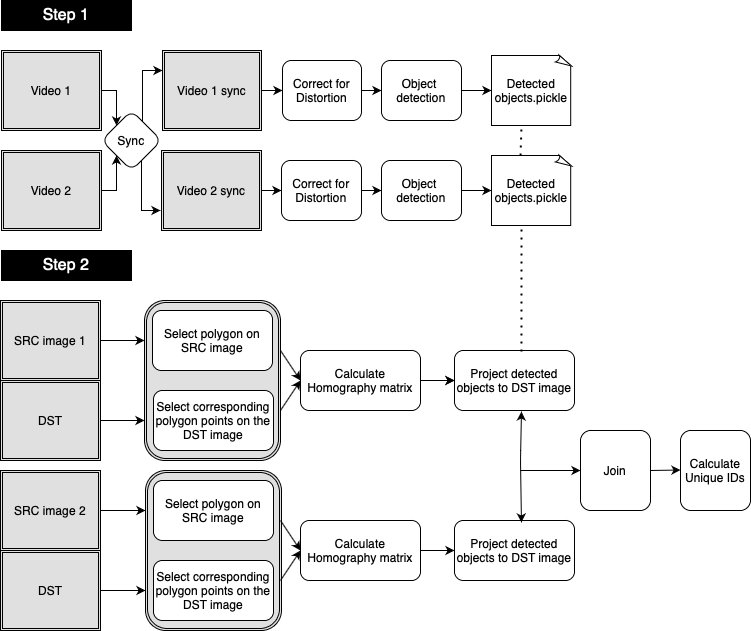
This is report/img/data_flow.png from edibegovic/cyclist-behaviourCPH-2021, a draw.io export, as it was before one commit. Source tidied: cells renumbered, new cells last; positions are measured from the earlier drawing's top-left corner, leaving out a move shared by most shapes.
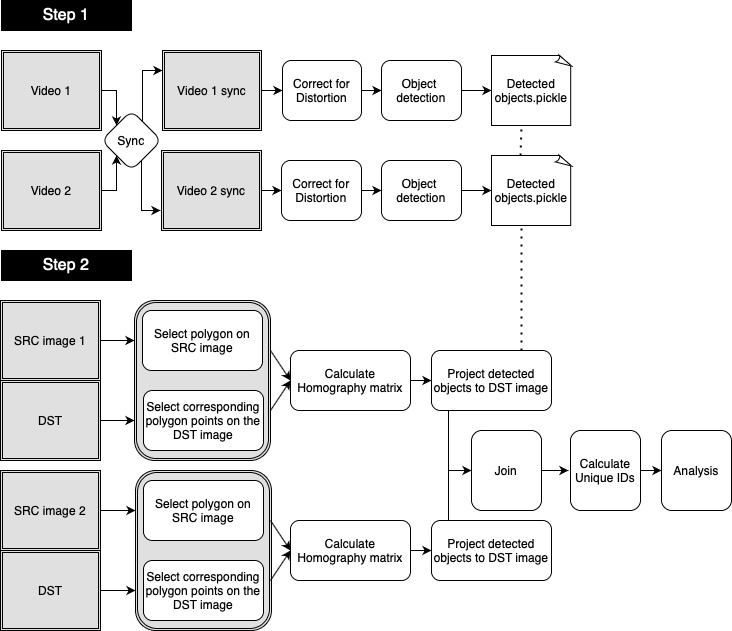
After the change.

Commit message:
Auto stash before merge of "main" and "origin/main"

Change to the diagram source:
```diff
@@ -3,66 +3,64 @@
     <mxCell id="0" />
     <mxCell id="1" parent="0" />
     <mxCell id="2" style="shape=ext;double=1;rounded=1;whiteSpace=wrap;html=1;fontColor=#E0E0E0;fillColor=#E0E0E0;" parent="1" vertex="1">
-      <mxGeometry x="145" y="470" width="136" height="160" as="geometry" />
+      <mxGeometry x="135" y="470" width="136" height="160" as="geometry" />
     </mxCell>
     <mxCell id="3" style="shape=ext;double=1;rounded=1;whiteSpace=wrap;html=1;fontColor=#E0E0E0;fillColor=#E0E0E0;" parent="1" vertex="1">
-      <mxGeometry x="144" y="300" width="136" height="160" as="geometry" />
+      <mxGeometry x="134" y="300" width="136" height="160" as="geometry" />
     </mxCell>
     <mxCell id="4" value="Select polygon on SRC image" style="rounded=1;whiteSpace=wrap;html=1;" parent="1" vertex="1">
-      <mxGeometry x="152" y="310" width="120" height="60" as="geometry" />
+      <mxGeometry x="142" y="310" width="120" height="60" as="geometry" />
     </mxCell>
     <mxCell id="5" value="Select corresponding polygon points on the DST image" style="rounded=1;whiteSpace=wrap;html=1;align=center;" parent="1" vertex="1">
-      <mxGeometry x="153" y="390" width="120" height="60" as="geometry" />
+      <mxGeometry x="143" y="390" width="120" height="60" as="geometry" />
     </mxCell>
-    <mxCell id="6" style="edgeStyle=orthogonalEdgeStyle;rounded=0;jettySize=auto;html=1;" parent="1" edge="1" source="7" target="8">
-      <mxGeometry relative="1" as="geometry" />
-    </mxCell>
     <mxCell id="7" value="Calculate Homography matrix" style="rounded=1;whiteSpace=wrap;html=1;" parent="1" vertex="1">
-      <mxGeometry x="300" y="350" width="120" height="60" as="geometry" />
+      <mxGeometry x="290" y="350" width="120" height="60" as="geometry" />
     </mxCell>
     <mxCell id="8" value="Project detected objects&amp;nbsp;to DST image" style="rounded=1;whiteSpace=wrap;html=1;" parent="1" vertex="1">
-      <mxGeometry x="454" y="350" width="120" height="60" as="geometry" />
+      <mxGeometry x="431" y="350" width="120" height="60" as="geometry" />
     </mxCell>
     <mxCell id="9" style="endArrow=classic;html=1;entryX=0;entryY=0.5;entryDx=0;entryDy=0;" parent="1" edge="1" target="7">
       <mxGeometry relative="1" as="geometry">
-        <mxPoint x="280" y="350" as="sourcePoint" />
+        <mxPoint x="270" y="350" as="sourcePoint" />
       </mxGeometry>
     </mxCell>
     <mxCell id="10" style="endArrow=classic;html=1;entryX=0;entryY=0.5;entryDx=0;entryDy=0;" parent="1" edge="1" target="7">
       <mxGeometry relative="1" as="geometry">
-        <mxPoint x="280" y="410" as="sourcePoint" />
+        <mxPoint x="270" y="410" as="sourcePoint" />
       </mxGeometry>
     </mxCell>
-    <mxCell id="11" style="endArrow=classic;html=1;entryX=0;entryY=0.5;entryDx=0;entryDy=0;" parent="1" edge="1" target="8">
+    <mxCell id="11" style="endArrow=classic;html=1;" parent="1" edge="1">
       <mxGeometry relative="1" as="geometry">
-        <mxPoint x="420" y="380" as="sourcePoint" />
+        <mxPoint x="410" y="380" as="sourcePoint" />
+        <mxPoint x="431" y="380" as="targetPoint" />
       </mxGeometry>
     </mxCell>
     <mxCell id="12" value="Select polygon on SRC image" style="rounded=1;whiteSpace=wrap;html=1;align=center;" parent="1" vertex="1">
-      <mxGeometry x="153" y="480" width="120" height="60" as="geometry" />
+      <mxGeometry x="143" y="480" width="120" height="60" as="geometry" />
     </mxCell>
     <mxCell id="13" value="Select corresponding polygon points on the DST image" style="rounded=1;whiteSpace=wrap;html=1;" parent="1" vertex="1">
-      <mxGeometry x="153" y="560" width="120" height="60" as="geometry" />
+      <mxGeometry x="143" y="560" width="120" height="60" as="geometry" />
     </mxCell>
     <mxCell id="14" value="Calculate Homography matrix" style="rounded=1;whiteSpace=wrap;html=1;" parent="1" vertex="1">
-      <mxGeometry x="300" y="520" width="120" height="60" as="geometry" />
+      <mxGeometry x="290" y="520" width="120" height="60" as="geometry" />
     </mxCell>
     <mxCell id="15" value="Project detected objects&amp;nbsp;to DST image" style="rounded=1;whiteSpace=wrap;html=1;" parent="1" vertex="1">
-      <mxGeometry x="454" y="520" width="120" height="60" as="geometry" />
+      <mxGeometry x="431" y="520" width="120" height="60" as="geometry" />
     </mxCell>
     <mxCell id="16" style="endArrow=classic;html=1;entryX=0;entryY=0.5;entryDx=0;entryDy=0;" parent="1" edge="1" target="14">
       <mxGeometry relative="1" as="geometry">
-        <mxPoint x="280" y="520" as="sourcePoint" />
+        <mxPoint x="270" y="520" as="sourcePoint" />
       </mxGeometry>
     </mxCell>
     <mxCell id="17" style="endArrow=classic;html=1;entryX=0;entryY=0.5;entryDx=0;entryDy=0;" parent="1" edge="1" target="14">
       <mxGeometry relative="1" as="geometry">
-        <mxPoint x="280" y="580" as="sourcePoint" />
+        <mxPoint x="270" y="580" as="sourcePoint" />
       </mxGeometry>
     </mxCell>
     <mxCell id="18" style="endArrow=classic;html=1;entryX=0;entryY=0.5;entryDx=0;entryDy=0;" parent="1" edge="1" target="15">
       <mxGeometry relative="1" as="geometry">
-        <mxPoint x="420" y="550" as="sourcePoint" />
+        <mxPoint x="410" y="550" as="sourcePoint" />
       </mxGeometry>
     </mxCell>
     <mxCell id="19" style="edgeStyle=orthogonalEdgeStyle;rounded=0;jettySize=auto;html=1;exitX=1;exitY=0.5;exitDx=0;exitDy=0;entryX=0;entryY=0.5;entryDx=0;entryDy=0;" parent="1" edge="1" source="20" target="34">
@@ -71,18 +69,17 @@
     <mxCell id="20" value="&lt;span style=&quot;color: rgb(0 , 0 , 0)&quot;&gt;Video 1 sync&lt;/span&gt;" style="shape=ext;double=1;rounded=0;whiteSpace=wrap;html=1;fontColor=#E0E0E0;fillColor=#E0E0E0;" parent="1" vertex="1">
       <mxGeometry x="162" y="50" width="99" height="80" as="geometry" />
     </mxCell>
+    <mxCell id="57" style="edgeStyle=orthogonalEdgeStyle;rounded=0;jettySize=auto;html=1;fontColor=#FFFFFF;" parent="1" edge="1" source="21">
+      <mxGeometry relative="1" as="geometry">
+        <mxPoint x="568" y="470" as="targetPoint" />
+      </mxGeometry>
+    </mxCell>
     <mxCell id="21" value="&lt;font color=&quot;#000000&quot;&gt;&lt;span&gt;Join&lt;/span&gt;&lt;/font&gt;" style="shape=ext;double=0;rounded=1;whiteSpace=wrap;html=1;fontColor=#E0E0E0;fillColor=#FFFFFF;" parent="1" vertex="1">
-      <mxGeometry x="580" y="430" width="70" height="80" as="geometry" />
+      <mxGeometry x="471" y="430" width="70" height="80" as="geometry" />
     </mxCell>
     <mxCell id="22" value="&lt;font color=&quot;#000000&quot;&gt;Calculate Unique IDs&lt;/font&gt;" style="shape=ext;double=0;rounded=1;whiteSpace=wrap;html=1;fontColor=#E0E0E0;fillColor=#FFFFFF;" parent="1" vertex="1">
-      <mxGeometry x="680" y="430" width="70" height="80" as="geometry" />
+      <mxGeometry x="570" y="430" width="70" height="80" as="geometry" />
     </mxCell>
-    <mxCell id="23" style="endArrow=classic;html=1;entryX=0;entryY=0.5;entryDx=0;entryDy=0;" parent="1" edge="1">
-      <mxGeometry relative="1" as="geometry">
-        <mxPoint x="650" y="470" as="sourcePoint" />
-        <mxPoint x="680" y="469.5" as="targetPoint" />
-      </mxGeometry>
-    </mxCell>
     <mxCell id="24" style="edgeStyle=orthogonalEdgeStyle;rounded=0;jettySize=auto;html=1;exitX=1;exitY=0.5;exitDx=0;exitDy=0;entryX=0;entryY=1;entryDx=0;entryDy=0;" parent="1" edge="1" source="25" target="32">
       <mxGeometry relative="1" as="geometry" />
     </mxCell>
@@ -178,22 +175,16 @@
     <mxCell id="51" value="&lt;font color=&quot;#000000&quot;&gt;SRC image 2&lt;/font&gt;" style="shape=ext;double=1;rounded=0;whiteSpace=wrap;html=1;fontColor=#E0E0E0;fillColor=#E0E0E0;" parent="1" vertex="1">
       <mxGeometry y="470" width="100" height="80" as="geometry" />
     </mxCell>
-    <mxCell id="52" style="endArrow=classic;startArrow=classic;html=1;fontColor=#FFFFFF;exitX=0.558;exitY=0.033;exitDx=0;exitDy=0;exitPerimeter=0;entryX=0.558;entryY=1.017;entryDx=0;entryDy=0;entryPerimeter=0;" parent="1" edge="1" source="15" target="8">
-      <mxGeometry relative="1" as="geometry">
-        <Array as="points">
-          <mxPoint x="520" y="460" />
-        </Array>
-      </mxGeometry>
-    </mxCell>
-    <mxCell id="53" style="endArrow=classic;html=1;fontColor=#FFFFFF;entryX=0;entryY=0.5;entryDx=0;entryDy=0;" parent="1" edge="1" target="21">
+    <mxCell id="53" style="endArrow=classic;html=1;fontColor=#FFFFFF;" parent="1" edge="1">
       <mxGeometry relative="1" as="geometry">
-        <mxPoint x="520" y="470" as="sourcePoint" />
+        <mxPoint x="448" y="470" as="sourcePoint" />
+        <mxPoint x="471" y="470" as="targetPoint" />
       </mxGeometry>
     </mxCell>
     <mxCell id="54" value="&lt;font style=&quot;font-size: 16px&quot;&gt;Step 2&lt;/font&gt;" style="rounded=0;whiteSpace=wrap;html=1;shadow=0;gradientColor=none;fillColor=#000000;fontColor=#FFFFFF;" parent="1" vertex="1">
       <mxGeometry x="1" y="250" width="130" height="30" as="geometry" />
     </mxCell>
-    <mxCell id="55" style="endArrow=none;dashed=1;html=1;dashPattern=1 3;strokeWidth=2;fontColor=#FFFFFF;exitX=0.558;exitY=0.017;exitDx=0;exitDy=0;exitPerimeter=0;" parent="1" edge="1" source="8">
+    <mxCell id="55" style="endArrow=none;dashed=1;html=1;dashPattern=1 3;strokeWidth=2;fontColor=#FFFFFF;exitX=0.75;exitY=0;exitDx=0;exitDy=0;" parent="1" edge="1" source="8">
       <mxGeometry relative="1" as="geometry">
         <mxPoint x="521" y="225" as="targetPoint" />
       </mxGeometry>
@@ -201,5 +192,20 @@
     <mxCell id="56" style="endArrow=none;dashed=1;html=1;dashPattern=1 3;strokeWidth=2;fontColor=#FFFFFF;entryX=0.375;entryY=1;entryDx=0;entryDy=0;entryPerimeter=0;exitX=0.363;exitY=0;exitDx=0;exitDy=0;exitPerimeter=0;" parent="1" edge="1" source="43" target="42">
       <mxGeometry relative="1" as="geometry" />
     </mxCell>
+    <mxCell id="58" style="endArrow=none;html=1;fontColor=#FFFFFF;" parent="1" edge="1">
+      <mxGeometry relative="1" as="geometry">
+        <mxPoint x="448" y="520" as="sourcePoint" />
+        <mxPoint x="448" y="410" as="targetPoint" />
+      </mxGeometry>
+    </mxCell>
+    <mxCell id="59" value="&lt;font color=&quot;#000000&quot;&gt;Analysis&lt;/font&gt;" style="shape=ext;double=0;rounded=1;whiteSpace=wrap;html=1;fontColor=#E0E0E0;fillColor=#FFFFFF;" parent="1" vertex="1">
+      <mxGeometry x="661" y="430" width="70" height="80" as="geometry" />
+    </mxCell>
+    <mxCell id="60" style="edgeStyle=orthogonalEdgeStyle;rounded=0;orthogonalLoop=1;jettySize=auto;html=1;fontColor=#FFFFFF;" parent="1" edge="1">
+      <mxGeometry relative="1" as="geometry">
+        <mxPoint x="640" y="470" as="sourcePoint" />
+        <mxPoint x="661" y="470" as="targetPoint" />
+      </mxGeometry>
+    </mxCell>
   </root>
 </mxGraphModel>
```
